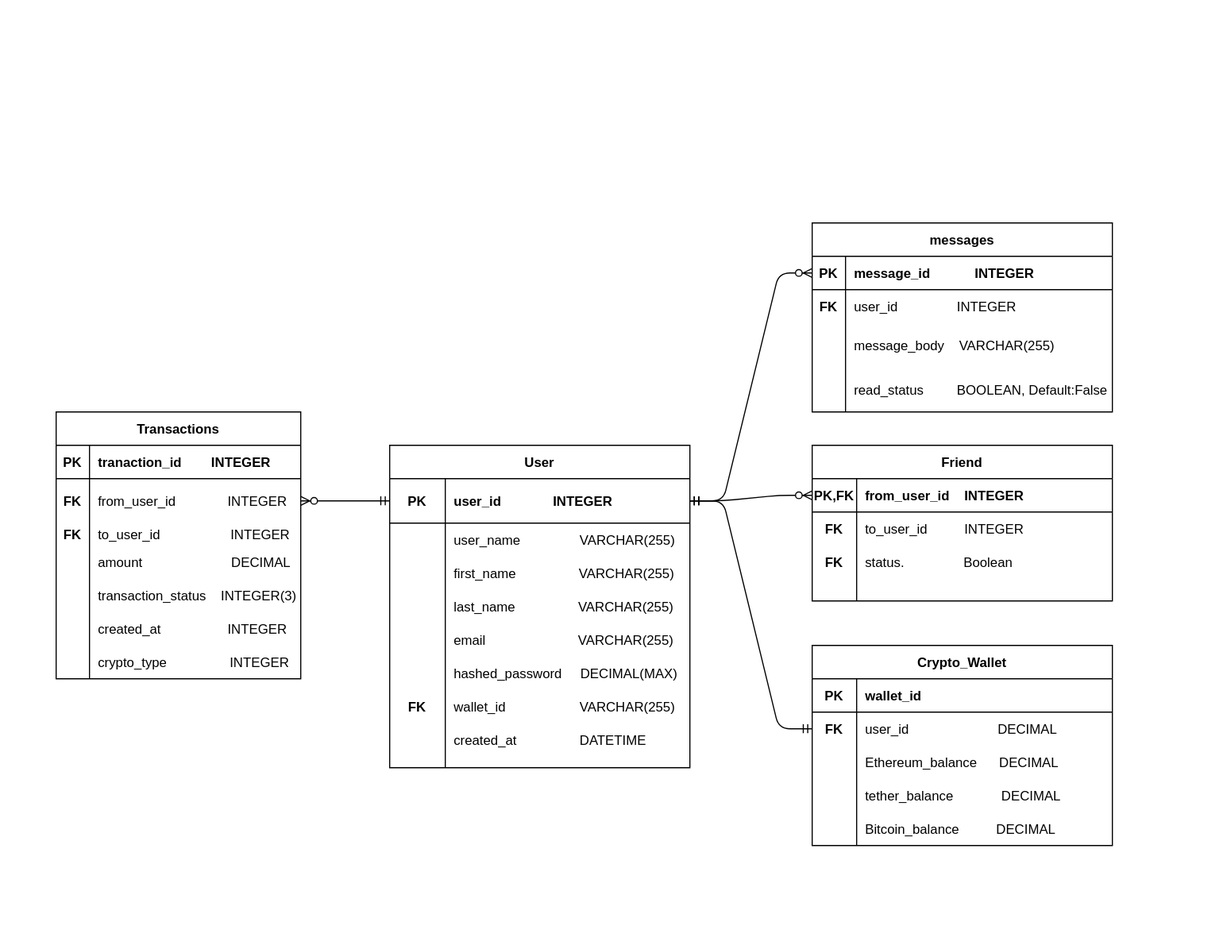
The draw.io diagram about/Untitled Diagram.svg in Jubintgh/CoinPal_clone, before a commit. Source tidied: cells renumbered, new cells last; positions are measured from the earlier drawing's top-left corner, leaving out a move shared by most shapes.
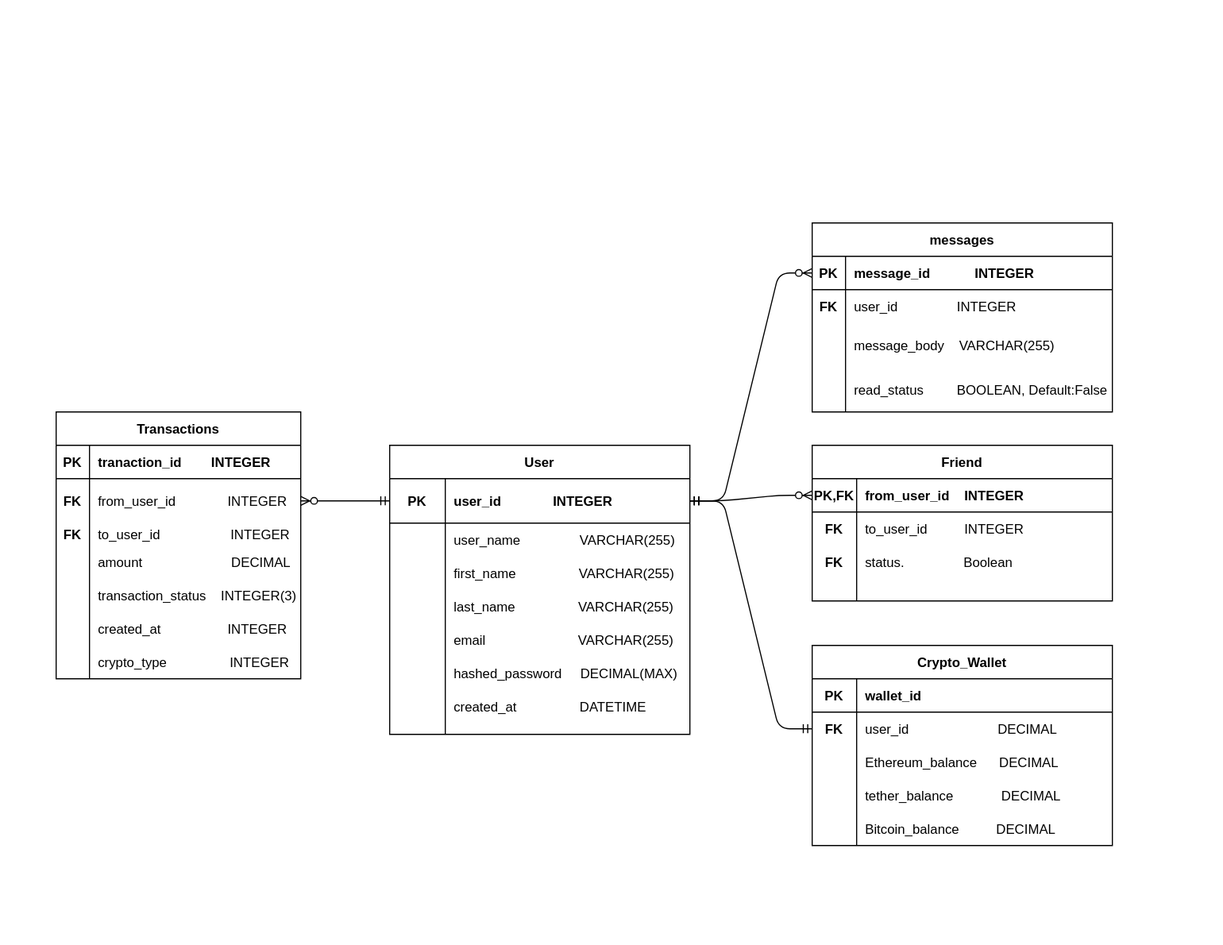
After the change.

What changed in the source:
```diff
@@ -3,7 +3,7 @@
     <mxCell id="0" />
     <mxCell id="1" parent="0" />
     <mxCell id="2" value="User" style="shape=table;startSize=30;rowLines=0;fontStyle=1;align=center;" parent="1" vertex="1">
-      <mxGeometry x="300" y="200" width="270" height="290" as="geometry" />
+      <mxGeometry x="300" y="200" width="270" height="260" as="geometry" />
     </mxCell>
     <mxCell id="3" style="shape=partialRectangle;fillColor=none;top=0;left=0;bottom=1;right=0;points=[[0,0.5],[1,0.5]];portConstraint=eastwest;" parent="2" vertex="1">
       <mxGeometry y="30" width="270" height="40" as="geometry" />
@@ -59,17 +59,8 @@
     <mxCell id="20" value="hashed_password     DECIMAL(MAX)" style="shape=partialRectangle;fillColor=none;top=0;left=0;bottom=0;right=0;align=left;spacingLeft=6;overflow=hidden;" parent="18" vertex="1">
       <mxGeometry x="50" width="220" height="30" as="geometry" />
     </mxCell>
-    <mxCell id="21" style="shape=partialRectangle;fillColor=none;top=0;left=0;bottom=0;right=0;" parent="2" vertex="1">
-      <mxGeometry y="220" width="270" height="30" as="geometry" />
-    </mxCell>
-    <mxCell id="22" value="FK" style="shape=partialRectangle;fillColor=none;top=0;left=0;bottom=0;right=0;overflow=hidden;fontStyle=1;" parent="21" vertex="1">
-      <mxGeometry width="50" height="30" as="geometry" />
-    </mxCell>
-    <mxCell id="23" value="wallet_id                    VARCHAR(255)" style="shape=partialRectangle;fillColor=none;top=0;left=0;bottom=0;right=0;align=left;spacingLeft=6;overflow=hidden;" parent="21" vertex="1">
-      <mxGeometry x="50" width="220" height="30" as="geometry" />
-    </mxCell>
     <mxCell id="24" style="shape=partialRectangle;fillColor=none;top=0;left=0;bottom=0;right=0;" parent="2" vertex="1">
-      <mxGeometry y="250" width="270" height="30" as="geometry" />
+      <mxGeometry y="220" width="270" height="30" as="geometry" />
     </mxCell>
     <mxCell id="25" style="shape=partialRectangle;fillColor=none;top=0;left=0;bottom=0;right=0;overflow=hidden;" parent="24" vertex="1">
       <mxGeometry width="50" height="30" as="geometry" />
```
